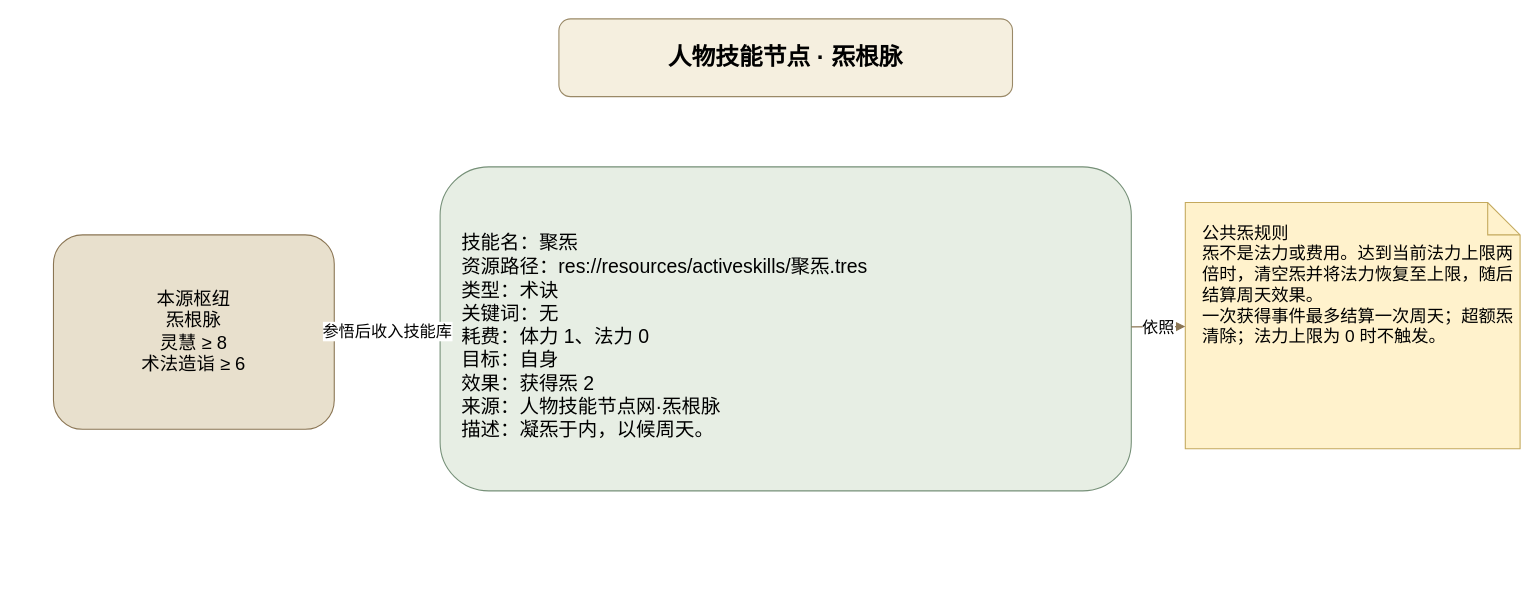
ankundanetracyc-spec/tian-guan-you-du keeps this draw.io diagram as page "聚炁" (1 of 2) of docs/卡牌词典/基础技能节点/聚炁.drawio. Above is the earlier version. Source tidied: cells renumbered, new cells numbered last; positions are measured from the earlier drawing's top-left corner, leaving out a move shared by most shapes. Both pictures are drawn from the tidied source at 108%, with x=0, y=0 at pixel (53, 18).
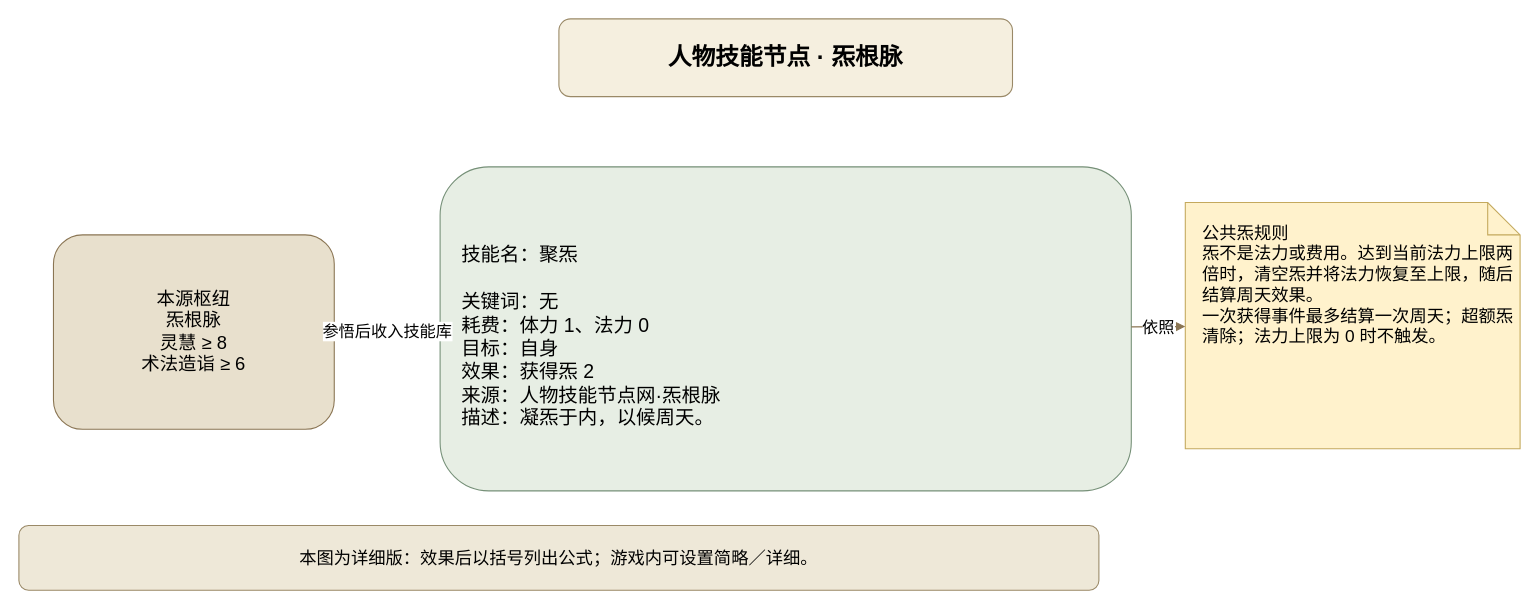
The same page after the edit.

The edit, as a diff of the source:
```diff
@@
 <mxGraphModel>
   <root>
     <mxCell id="0" />
     <mxCell id="1" parent="0" />
     <mxCell id="2" value="人物技能节点 · 炁根脉" style="rounded=1;whiteSpace=wrap;html=1;fillColor=#f5efdf;strokeColor=#9a8967;fontSize=22;fontStyle=1;" parent="1" vertex="1">
       <mxGeometry x="468" width="420" height="72" as="geometry" />
     </mxCell>
     <mxCell id="3" value="本源枢纽&#10;炁根脉&#10;灵慧 ≥ 8&#10;术法造诣 ≥ 6" style="rounded=1;whiteSpace=wrap;html=1;fillColor=#e8e0cd;strokeColor=#8a7553;fontSize=17;" parent="1" vertex="1">
       <mxGeometry y="200" width="260" height="180" as="geometry" />
     </mxCell>
-    <mxCell id="4" value="技能名：聚炁&#10;资源路径：res://resources/activeskills/聚炁.tres&#10;类型：术诀&#10;关键词：无&#10;耗费：体力 1、法力 0&#10;目标：自身&#10;效果：获得炁 2&#10;来源：人物技能节点网·炁根脉&#10;描述：凝炁于内，以候周天。" style="rounded=1;whiteSpace=wrap;html=1;fillColor=#e7eee4;strokeColor=#769078;fontSize=18;align=left;spacingLeft=18;spacingTop=16;" parent="1" vertex="1">
+    <mxCell id="4" value="技能名：聚炁&#10;&#10;关键词：无&#10;耗费：体力 1、法力 0&#10;目标：自身&#10;效果：获得炁 2&#10;来源：人物技能节点网·炁根脉&#10;描述：凝炁于内，以候周天。" style="rounded=1;whiteSpace=wrap;html=1;fillColor=#e7eee4;strokeColor=#769078;fontSize=18;align=left;spacingLeft=18;spacingTop=16;" parent="1" vertex="1">
       <mxGeometry x="358" y="137" width="640" height="300" as="geometry" />
     </mxCell>
     <mxCell id="5" value="公共炁规则&#10;炁不是法力或费用。达到当前法力上限两倍时，清空炁并将法力恢复至上限，随后结算周天效果。&#10;一次获得事件最多结算一次周天；超额炁清除；法力上限为 0 时不触发。" style="shape=note;whiteSpace=wrap;html=1;fillColor=#fff2cc;strokeColor=#c4a95d;fontSize=16;align=left;verticalAlign=top;spacingLeft=14;spacingTop=12;" parent="1" vertex="1">
       <mxGeometry x="1048" y="170" width="310" height="228" as="geometry" />
     </mxCell>
     <mxCell id="6" value="参悟后收入技能库" style="endArrow=block;html=1;strokeColor=#8a7553;fontSize=15;" parent="1" edge="1" source="3" target="4">
       <mxGeometry relative="1" as="geometry" />
     </mxCell>
     <mxCell id="7" value="依照" style="endArrow=block;html=1;strokeColor=#8a7553;fontSize=15;" parent="1" edge="1" source="4" target="5">
       <mxGeometry relative="1" as="geometry" />
     </mxCell>
+    <mxCell id="8" value="本图为详细版：效果后以括号列出公式；游戏内可设置简略／详细。" style="rounded=1;whiteSpace=wrap;html=1;fillColor=#eee8d8;strokeColor=#9a8967;fontSize=16;" parent="1" vertex="1">
+      <mxGeometry x="-32" y="469" width="1000" height="60" as="geometry" />
+    </mxCell>
   </root>
 </mxGraphModel>
```
